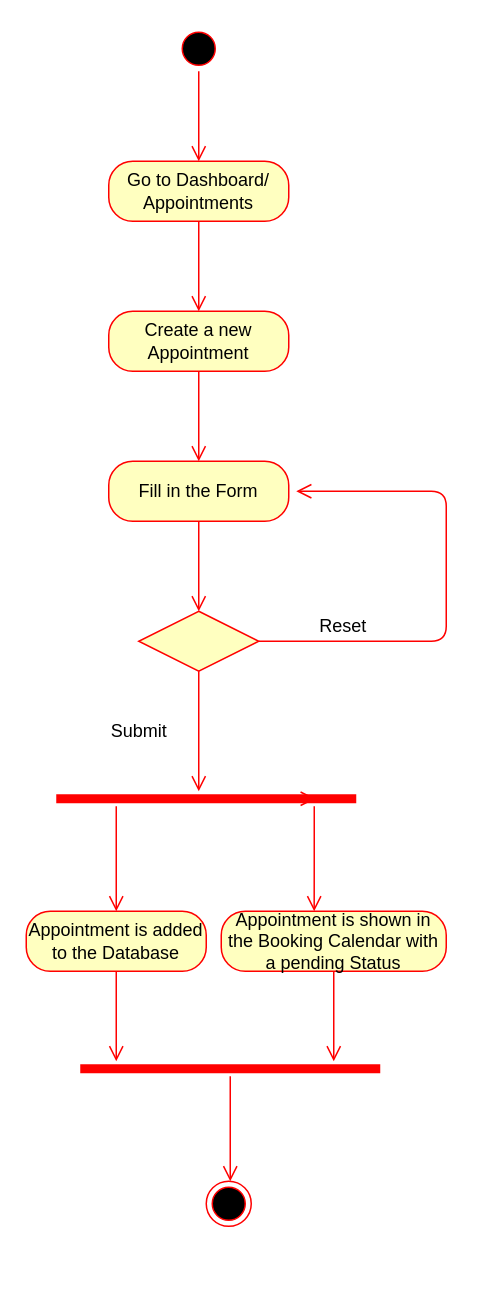
Before: Diagrams/Activity Diagrams FINAL/AC_04_Create Appointment.drawio in kkasharaj17/SE-project, a draw.io diagram. Source tidied: cells renumbered, new cells numbered last; positions are measured from the earlier drawing's top-left corner, leaving out a move shared by most shapes. Both pictures are drawn from the tidied source at 150%, with x=0, y=0 at pixel (26, 26).
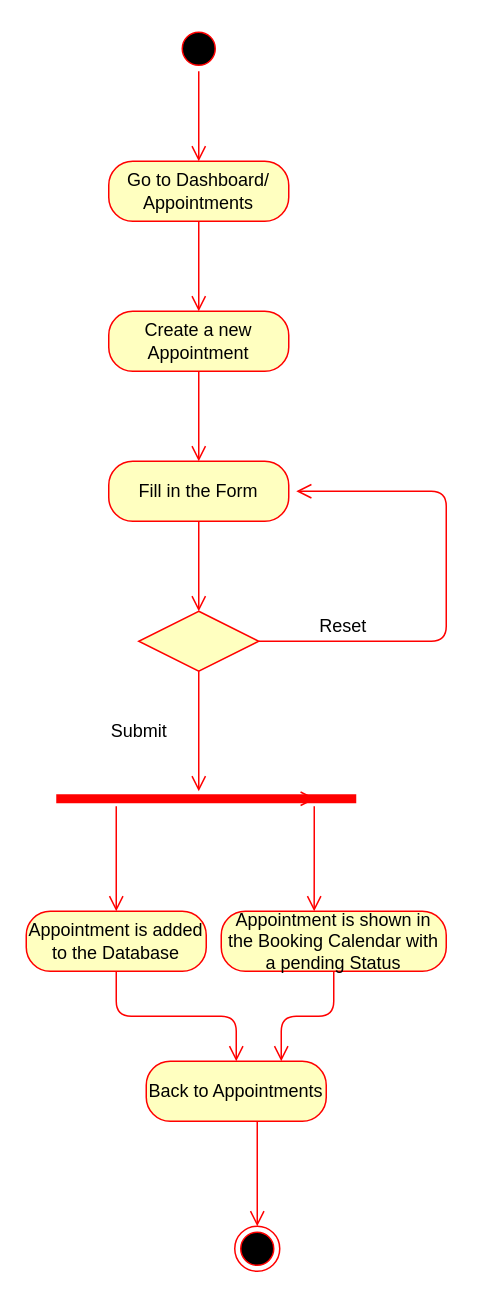
After the change.

The change refers to these unchanged cells:
```xml
<mxCell id="17" value="Appointment is added to the Database" style="rounded=1;whiteSpace=wrap;html=1;arcSize=40;fontColor=#000000;fillColor=#ffffc0;strokeColor=#ff0000;" parent="1" vertex="1">
  <mxGeometry y="590" width="120" height="40" as="geometry" />
</mxCell>
<mxCell id="19" value="Appointment is shown in the Booking Calendar with a pending Status" style="rounded=1;whiteSpace=wrap;html=1;arcSize=40;fontColor=#000000;fillColor=#ffffc0;strokeColor=#ff0000;" parent="1" vertex="1">
  <mxGeometry x="130" y="590" width="150" height="40" as="geometry" />
</mxCell>
```

What changed in the source:
```diff
@@
-    <mxCell id="18" style="edgeStyle=orthogonalEdgeStyle;html=1;verticalAlign=bottom;endArrow=open;endSize=8;strokeColor=#ff0000;" parent="1" edge="1" source="17">
-      <mxGeometry relative="1" as="geometry">
-        <mxPoint x="60" y="690" as="targetPoint" />
-      </mxGeometry>
+    <mxCell id="18" style="edgeStyle=orthogonalEdgeStyle;html=1;verticalAlign=bottom;endArrow=open;endSize=8;strokeColor=#ff0000;" parent="1" edge="1" source="17" target="26">
+      <mxGeometry relative="1" as="geometry" />
     </mxCell>
@@
-    <mxCell id="20" style="edgeStyle=orthogonalEdgeStyle;html=1;verticalAlign=bottom;endArrow=open;endSize=8;strokeColor=#ff0000;" parent="1" edge="1" source="19">
-      <mxGeometry relative="1" as="geometry">
-        <mxPoint x="205" y="690" as="targetPoint" />
-      </mxGeometry>
+    <mxCell id="20" style="edgeStyle=orthogonalEdgeStyle;html=1;verticalAlign=bottom;endArrow=open;endSize=8;strokeColor=#ff0000;entryX=0.75;entryY=0;entryDx=0;entryDy=0;" parent="1" edge="1" source="19" target="26">
+      <mxGeometry relative="1" as="geometry" />
     </mxCell>
@@
-    <mxCell id="23" style="shape=line;html=1;strokeWidth=6;strokeColor=#ff0000;" parent="1" vertex="1">
-      <mxGeometry x="36" y="690" width="200" height="10" as="geometry" />
-    </mxCell>
-    <mxCell id="24" style="edgeStyle=orthogonalEdgeStyle;html=1;verticalAlign=bottom;endArrow=open;endSize=8;strokeColor=#ff0000;" parent="1" edge="1" source="23">
-      <mxGeometry relative="1" as="geometry">
-        <mxPoint x="136" y="770" as="targetPoint" />
-      </mxGeometry>
-    </mxCell>
     <mxCell id="25" style="ellipse;html=1;shape=endState;fillColor=#000000;strokeColor=#ff0000;" parent="1" vertex="1">
-      <mxGeometry x="120" y="770" width="30" height="30" as="geometry" />
+      <mxGeometry x="139" y="800" width="30" height="30" as="geometry" />
     </mxCell>
+    <mxCell id="26" value="Back to Appointments" style="rounded=1;whiteSpace=wrap;html=1;arcSize=40;fontColor=#000000;fillColor=#ffffc0;strokeColor=#ff0000;" parent="1" vertex="1">
+      <mxGeometry x="80" y="690" width="120" height="40" as="geometry" />
+    </mxCell>
+    <mxCell id="27" style="edgeStyle=orthogonalEdgeStyle;html=1;verticalAlign=bottom;endArrow=open;endSize=8;strokeColor=#ff0000;entryX=0.5;entryY=0;entryDx=0;entryDy=0;" parent="1" edge="1" source="26" target="25">
+      <mxGeometry relative="1" as="geometry">
+        <Array as="points">
+          <mxPoint x="154" y="770" />
+          <mxPoint x="154" y="770" />
+        </Array>
+      </mxGeometry>
+    </mxCell>
```
